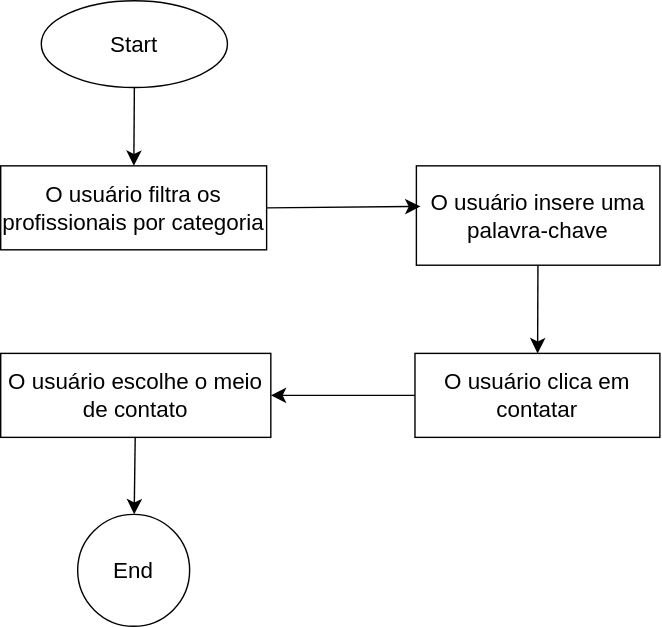
Before: docs/img/CT05.svg, a diagram exported from draw.io (ICEI-PUC-Minas-PMV-SI/pmv-si-2023-2-pe1-t2-senectus). Source tidied: cells renumbered, new cells last; positions are measured from the earlier drawing's top-left corner, leaving out a move shared by most shapes.
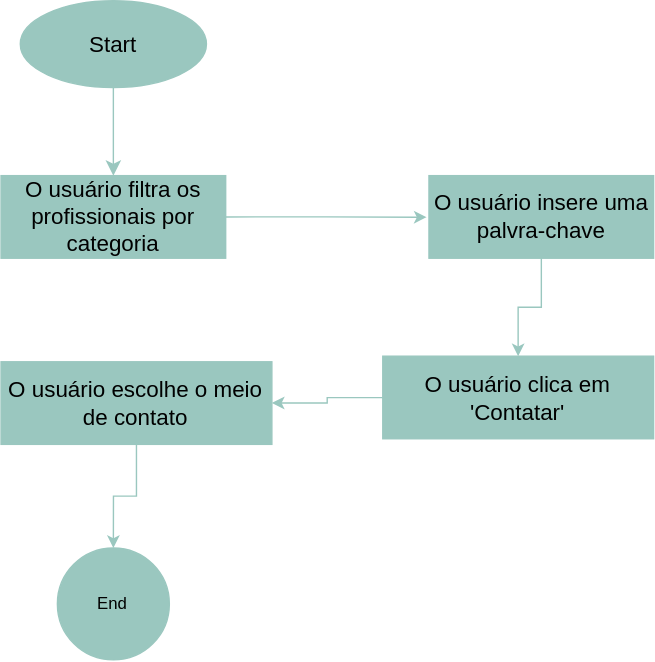
Above is the later version.

The edit, as a diff of the source:
```diff
@@ -2,38 +2,40 @@
   <root>
     <mxCell id="0" />
     <mxCell id="1" parent="0" />
-    <mxCell id="2" style="edgeStyle=none;curved=1;rounded=0;jettySize=auto;html=1;fontSize=12;startSize=8;endSize=8;" parent="1" edge="1" source="3" target="4">
+    <mxCell id="2" style="edgeStyle=none;curved=1;rounded=0;jettySize=auto;html=1;fontSize=12;startSize=8;endSize=8;fillColor=#9AC7BF;strokeColor=#9AC7BF;" parent="1" edge="1" source="3" target="4">
       <mxGeometry relative="1" as="geometry" />
     </mxCell>
-    <mxCell id="3" value="Start" style="ellipse;whiteSpace=wrap;html=1;fontSize=16;" parent="1" vertex="1">
-      <mxGeometry x="29" width="133" height="62" as="geometry" />
+    <mxCell id="3" value="Start" style="ellipse;whiteSpace=wrap;html=1;fontSize=16;fillColor=#9AC7BF;strokeColor=#9AC7BF;" parent="1" vertex="1">
+      <mxGeometry x="-129" y="155" width="133" height="62" as="geometry" />
     </mxCell>
+    <mxCell id="13" style="edgeStyle=orthogonalEdgeStyle;rounded=0;jettySize=auto;html=1;exitX=1;exitY=0.5;exitDx=0;exitDy=0;fillColor=#9AC7BF;strokeColor=#9AC7BF;" parent="1" edge="1" source="4">
+      <mxGeometry relative="1" as="geometry">
+        <mxPoint x="161.3" y="309.7" as="targetPoint" />
+      </mxGeometry>
+    </mxCell>
-    <mxCell id="4" value="O usuário filtra os profissionais por categoria" style="rounded=0;whiteSpace=wrap;html=1;fontSize=16;" parent="1" vertex="1">
-      <mxGeometry y="118" width="190" height="60" as="geometry" />
+    <mxCell id="4" value="O usuário filtra os profissionais por categoria" style="rounded=0;whiteSpace=wrap;html=1;fontSize=16;fillColor=#9AC7BF;strokeColor=#9AC7BF;" parent="1" vertex="1">
+      <mxGeometry x="-142.8" y="280" width="160.5" height="59" as="geometry" />
     </mxCell>
-    <mxCell id="5" style="edgeStyle=none;curved=1;rounded=0;jettySize=auto;html=1;fontSize=12;startSize=8;endSize=8;" parent="1" edge="1" source="6" target="8">
-      <mxGeometry relative="1" as="geometry" />
-    </mxCell>
-    <mxCell id="6" value="O usuário insere uma palavra-chave" style="rounded=0;whiteSpace=wrap;html=1;fontSize=16;" parent="1" vertex="1">
-      <mxGeometry x="297" y="118" width="174" height="71" as="geometry" />
-    </mxCell>
-    <mxCell id="7" style="edgeStyle=none;curved=1;rounded=0;jettySize=auto;html=1;fontSize=12;startSize=8;endSize=8;" parent="1" edge="1" source="8" target="12">
-      <mxGeometry relative="1" as="geometry" />
-    </mxCell>
-    <mxCell id="8" value="O usuário clica em contatar" style="rounded=0;whiteSpace=wrap;html=1;fontSize=16;" parent="1" vertex="1">
-      <mxGeometry x="296" y="252" width="175" height="60" as="geometry" />
-    </mxCell>
-    <mxCell id="9" style="edgeStyle=none;curved=1;rounded=0;jettySize=auto;html=1;exitX=1;exitY=0.5;exitDx=0;exitDy=0;entryX=0.017;entryY=0.408;entryDx=0;entryDy=0;entryPerimeter=0;fontSize=12;startSize=8;endSize=8;" parent="1" edge="1" source="4" target="6">
-      <mxGeometry relative="1" as="geometry" />
-    </mxCell>
-    <mxCell id="10" value="End" style="ellipse;whiteSpace=wrap;html=1;fontSize=16;" parent="1" vertex="1">
-      <mxGeometry x="55" y="367" width="80" height="80" as="geometry" />
+    <mxCell id="10" value="End" style="ellipse;whiteSpace=wrap;html=1;fillColor=#9AC7BF;strokeColor=#9AC7BF;" parent="1" vertex="1">
+      <mxGeometry x="-102.5" y="546" width="80" height="80" as="geometry" />
     </mxCell>
+    <mxCell id="14" style="edgeStyle=orthogonalEdgeStyle;rounded=0;jettySize=auto;html=1;fillColor=#9AC7BF;strokeColor=#9AC7BF;" parent="1" edge="1" source="15" target="17">
+      <mxGeometry relative="1" as="geometry" />
+    </mxCell>
+    <mxCell id="15" value="O usuário insere uma palvra-chave" style="rounded=0;whiteSpace=wrap;html=1;fontSize=16;fillColor=#9AC7BF;strokeColor=#9AC7BF;" parent="1" vertex="1">
+      <mxGeometry x="163" y="280" width="160.5" height="59" as="geometry" />
+    </mxCell>
+    <mxCell id="16" style="edgeStyle=orthogonalEdgeStyle;rounded=0;jettySize=auto;html=1;strokeColor=#9AC7BF;" parent="1" edge="1" source="17" target="12">
+      <mxGeometry relative="1" as="geometry" />
+    </mxCell>
+    <mxCell id="17" value="O usuário clica em 'Contatar'" style="rounded=0;whiteSpace=wrap;html=1;fontSize=16;fillColor=#9AC7BF;strokeColor=#9AC7BF;" parent="1" vertex="1">
+      <mxGeometry x="130" y="409" width="193.5" height="59" as="geometry" />
+    </mxCell>
-    <mxCell id="11" style="edgeStyle=none;curved=1;rounded=0;jettySize=auto;html=1;fontSize=12;startSize=8;endSize=8;" parent="1" edge="1" source="12" target="10">
+    <mxCell id="11" style="edgeStyle=orthogonalEdgeStyle;rounded=0;jettySize=auto;html=1;strokeColor=#9AC7BF;" parent="1" edge="1" source="12" target="10">
       <mxGeometry relative="1" as="geometry" />
     </mxCell>
-    <mxCell id="12" value="O usuário escolhe o meio de contato" style="rounded=0;whiteSpace=wrap;html=1;fontSize=16;" parent="1" vertex="1">
-      <mxGeometry y="252" width="193" height="60" as="geometry" />
+    <mxCell id="12" value="O usuário escolhe o meio de contato" style="rounded=0;whiteSpace=wrap;html=1;fontSize=16;fillColor=#9AC7BF;strokeColor=#9AC7BF;" parent="1" vertex="1">
+      <mxGeometry x="-142.8" y="413" width="193.5" height="59" as="geometry" />
     </mxCell>
   </root>
 </mxGraphModel>
```
